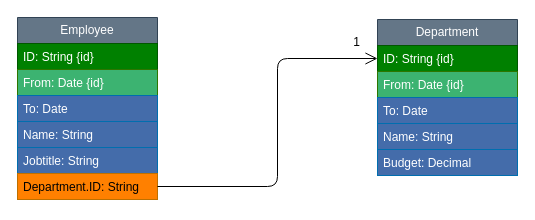
oasis-tcs/odata-specs keeps this draw.io diagram as page "db" (3 of 3) of odata-temporal-ext/diagrams/example-model.drawio. Above is the earlier version. Source tidied: cells renumbered, new cells numbered last; positions are measured from the earlier drawing's top-left corner, leaving out a move shared by most shapes. Both pictures are drawn from the tidied source at 100%, with x=0, y=0 at pixel (17, 17).
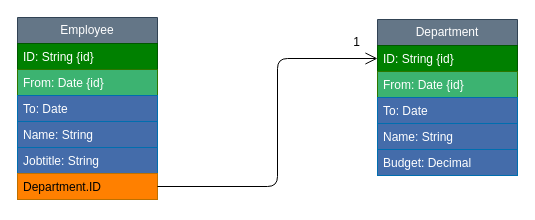
The same diagram, later.

Change to the diagram source:
```diff
@@
 <mxGraphModel>
   <root>
     <mxCell id="0" />
     <mxCell id="1" parent="0" />
     <mxCell id="2" value="Employee" style="swimlane;fontStyle=0;horizontal=1;startSize=26;fillColor=#647687;whiteSpace=wrap;html=1;strokeColor=#314354;fontColor=#ffffff;" parent="1" vertex="1">
       <mxGeometry width="140" height="182" as="geometry" />
     </mxCell>
     <mxCell id="3" value="ID: String {id}" style="text;strokeColor=#005700;fillColor=#008000;align=left;verticalAlign=top;spacingLeft=4;spacingRight=4;overflow=hidden;whiteSpace=wrap;html=1;fontColor=#ffffff;" parent="2" vertex="1">
       <mxGeometry y="26" width="140" height="26" as="geometry" />
     </mxCell>
     <mxCell id="4" value="From: Date {id}" style="text;strokeColor=#2D7600;fillColor=#3CB371;align=left;verticalAlign=top;spacingLeft=4;spacingRight=4;overflow=hidden;whiteSpace=wrap;html=1;fontColor=#ffffff;" parent="2" vertex="1">
       <mxGeometry y="52" width="140" height="26" as="geometry" />
     </mxCell>
     <mxCell id="5" value="To: Date" style="text;strokeColor=#006EAF;fillColor=#446CAA;align=left;verticalAlign=top;spacingLeft=4;spacingRight=4;overflow=hidden;whiteSpace=wrap;html=1;fontColor=#ffffff;" parent="2" vertex="1">
       <mxGeometry y="78" width="140" height="26" as="geometry" />
     </mxCell>
     <mxCell id="6" value="Name: String" style="text;strokeColor=#006EAF;fillColor=#446CAA;align=left;verticalAlign=top;spacingLeft=4;spacingRight=4;overflow=hidden;whiteSpace=wrap;html=1;fontColor=#ffffff;" parent="2" vertex="1">
       <mxGeometry y="104" width="140" height="26" as="geometry" />
     </mxCell>
     <mxCell id="7" value="Jobtitle: String" style="text;strokeColor=#006EAF;fillColor=#446CAA;align=left;verticalAlign=top;spacingLeft=4;spacingRight=4;overflow=hidden;whiteSpace=wrap;html=1;fontColor=#ffffff;" parent="2" vertex="1">
       <mxGeometry y="130" width="140" height="26" as="geometry" />
     </mxCell>
-    <mxCell id="8" value="Department.ID: String" style="text;strokeColor=#BD7000;fillColor=#FF8000;align=left;verticalAlign=top;spacingLeft=4;spacingRight=4;overflow=hidden;points=[[0,0.5],[1,0.5]];portConstraint=eastwest;whiteSpace=wrap;html=1;fontColor=#000000;" parent="2" vertex="1">
+    <mxCell id="8" value="Department.ID" style="text;strokeColor=#BD7000;fillColor=#FF8000;align=left;verticalAlign=top;spacingLeft=4;spacingRight=4;overflow=hidden;points=[[0,0.5],[1,0.5]];portConstraint=eastwest;whiteSpace=wrap;html=1;fontColor=#000000;" parent="2" vertex="1">
       <mxGeometry y="156" width="140" height="26" as="geometry" />
     </mxCell>
     <mxCell id="9" value="Department" style="swimlane;fontStyle=0;horizontal=1;startSize=26;whiteSpace=wrap;html=1;fillColor=#647687;strokeColor=#314354;fontColor=#ffffff;" parent="1" vertex="1">
       <mxGeometry x="360" y="2" width="140" height="156" as="geometry" />
     </mxCell>
     <mxCell id="10" value="ID: String {id}" style="text;strokeColor=#005700;fillColor=#008000;align=left;verticalAlign=top;spacingLeft=4;spacingRight=4;overflow=hidden;points=[[0,0.5],[1,0.5]];portConstraint=eastwest;whiteSpace=wrap;html=1;fontColor=#ffffff;" parent="9" vertex="1">
       <mxGeometry y="26" width="140" height="26" as="geometry" />
     </mxCell>
     <mxCell id="11" value="From: Date {id}" style="text;strokeColor=#2D7600;fillColor=#3cb371;align=left;verticalAlign=top;spacingLeft=4;spacingRight=4;overflow=hidden;whiteSpace=wrap;html=1;fontColor=#ffffff;" parent="9" vertex="1">
       <mxGeometry y="52" width="140" height="26" as="geometry" />
     </mxCell>
     <mxCell id="12" value="To: Date" style="text;strokeColor=#006EAF;fillColor=#446CAA;align=left;verticalAlign=top;spacingLeft=4;spacingRight=4;overflow=hidden;whiteSpace=wrap;html=1;fontColor=#ffffff;" parent="9" vertex="1">
       <mxGeometry y="78" width="140" height="26" as="geometry" />
     </mxCell>
     <mxCell id="13" value="Name: String" style="text;strokeColor=#006EAF;fillColor=#446CAA;align=left;verticalAlign=top;spacingLeft=4;spacingRight=4;overflow=hidden;whiteSpace=wrap;html=1;fontColor=#ffffff;" parent="9" vertex="1">
       <mxGeometry y="104" width="140" height="26" as="geometry" />
     </mxCell>
     <mxCell id="14" value="Budget: Decimal" style="text;strokeColor=#006EAF;fillColor=#446CAA;align=left;verticalAlign=top;spacingLeft=4;spacingRight=4;overflow=hidden;whiteSpace=wrap;html=1;fontColor=#ffffff;" parent="9" vertex="1">
       <mxGeometry y="130" width="140" height="26" as="geometry" />
     </mxCell>
     <mxCell id="15" value="&lt;div style=&quot;&quot;&gt;&lt;div style=&quot;&quot;&gt;1&lt;/div&gt;&lt;/div&gt;" style="text;strokeColor=none;align=right;fillColor=none;html=1;verticalAlign=middle;whiteSpace=wrap;rounded=0;" parent="1" vertex="1">
       <mxGeometry x="285" y="10" width="60" height="30" as="geometry" />
     </mxCell>
     <mxCell id="16" style="edgeStyle=elbowEdgeStyle;html=1;labelBackgroundColor=none;rounded=1;elbow=horizontal;endArrow=open;endFill=0;align=left;startSize=10;endSize=10;" parent="1" edge="1" source="8" target="10">
       <mxGeometry relative="1" as="geometry">
         <Array as="points">
           <mxPoint x="260" y="120" />
         </Array>
       </mxGeometry>
     </mxCell>
   </root>
 </mxGraphModel>
```
